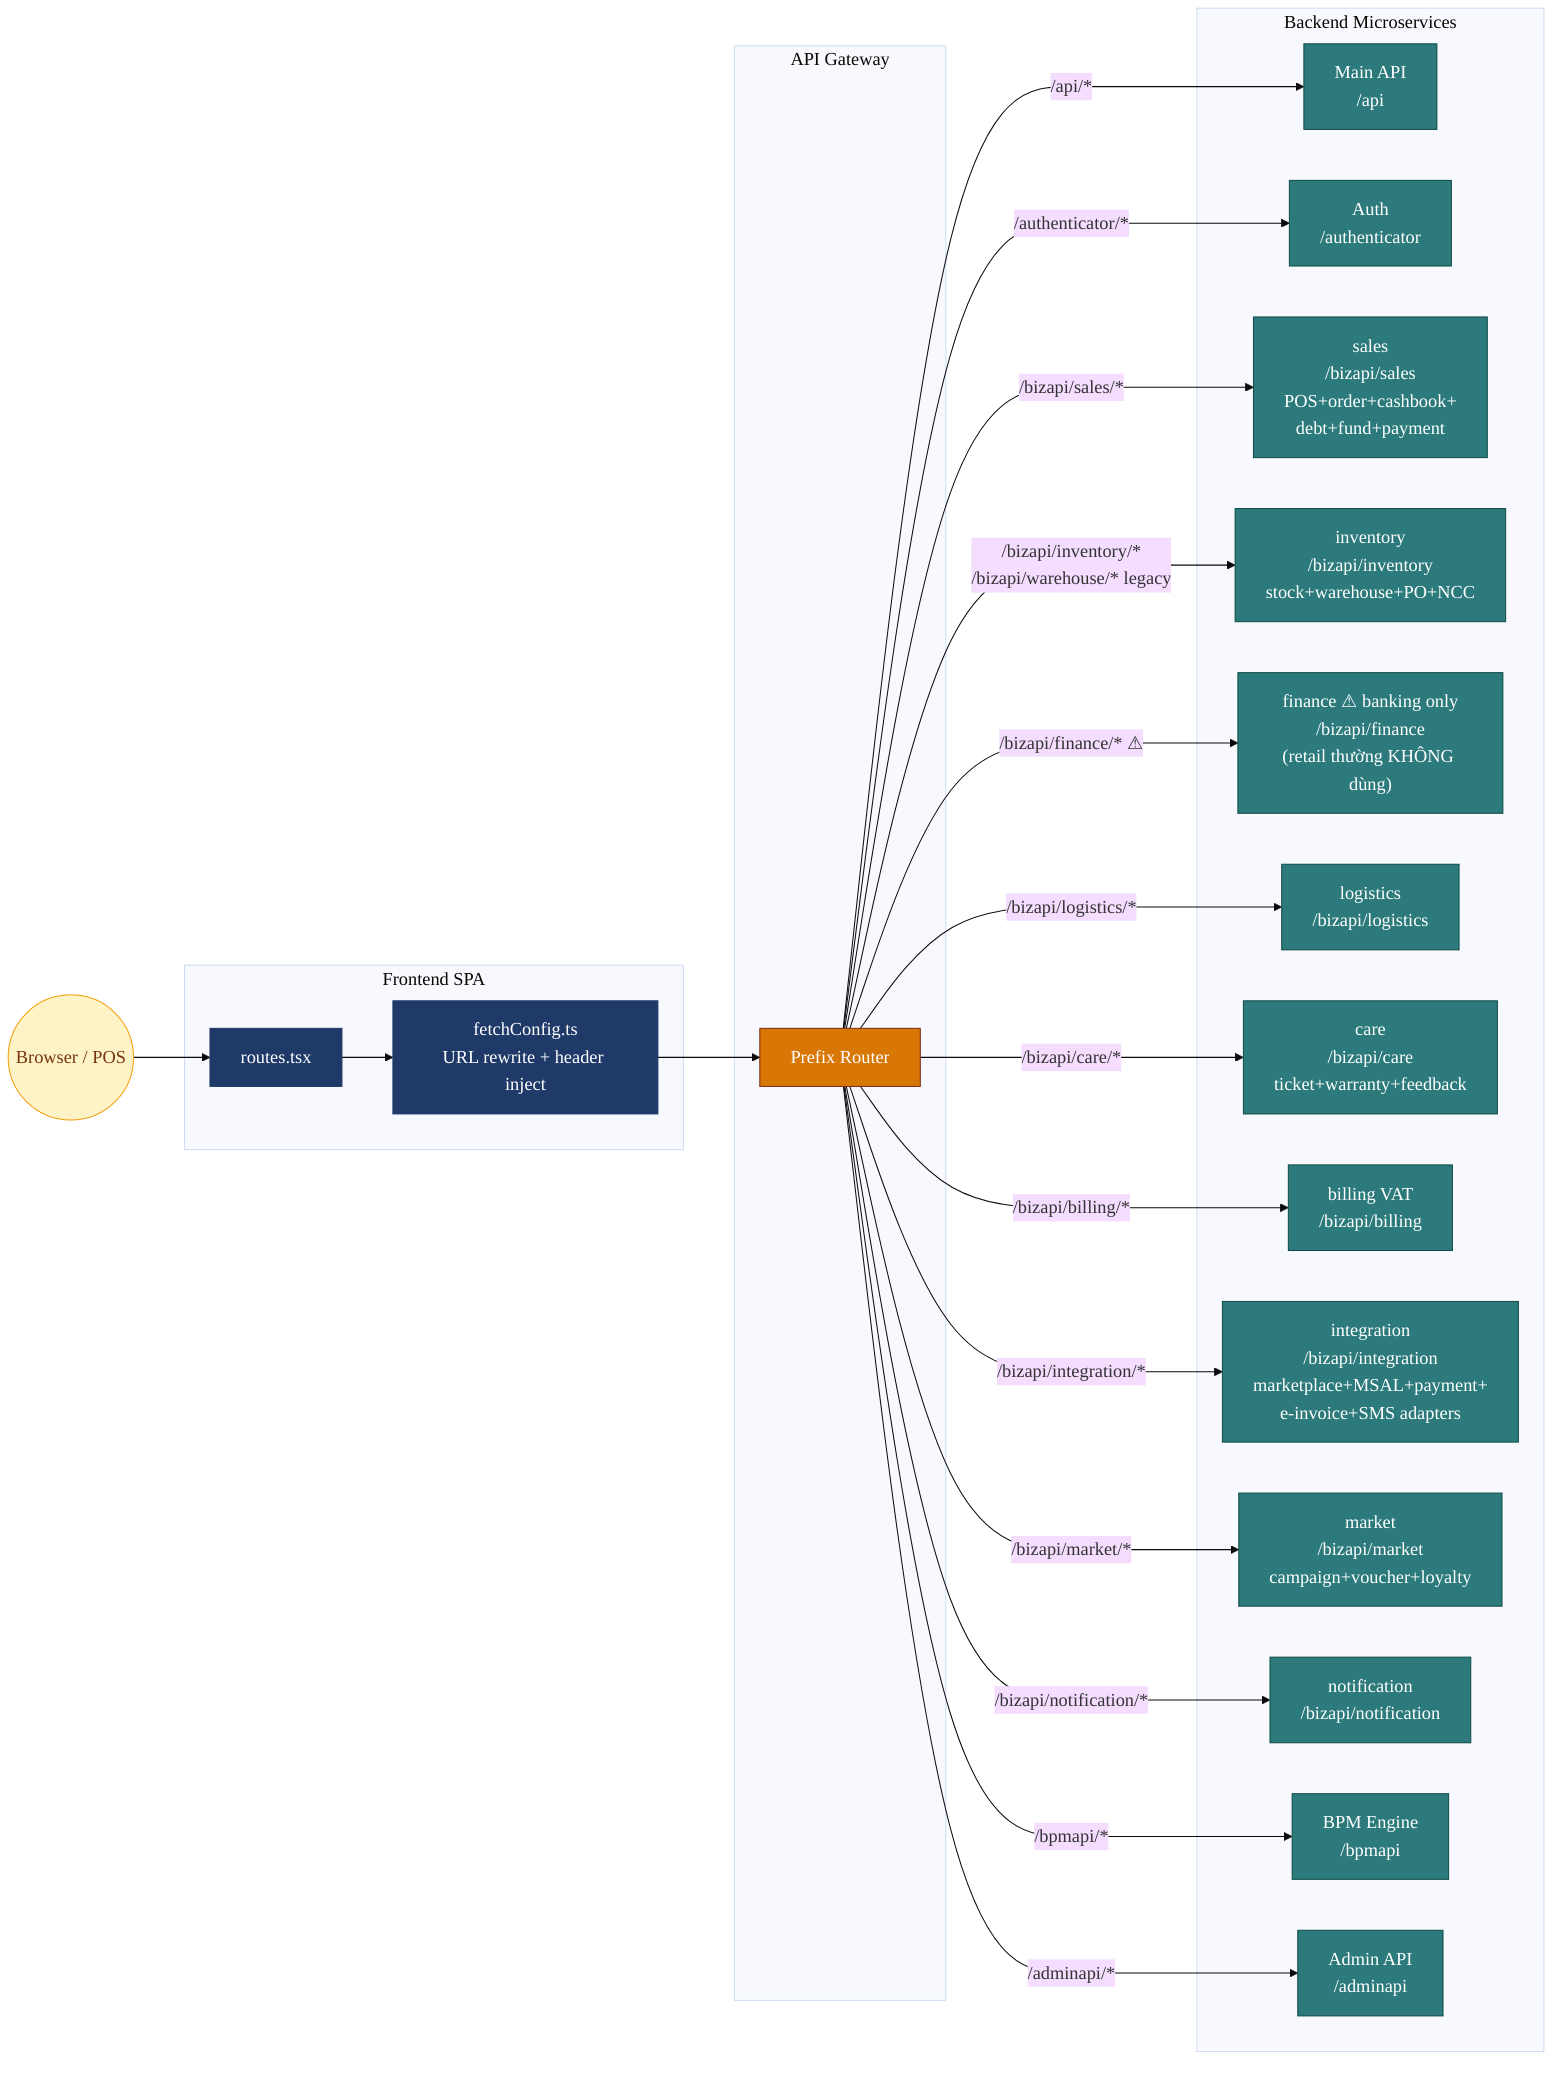
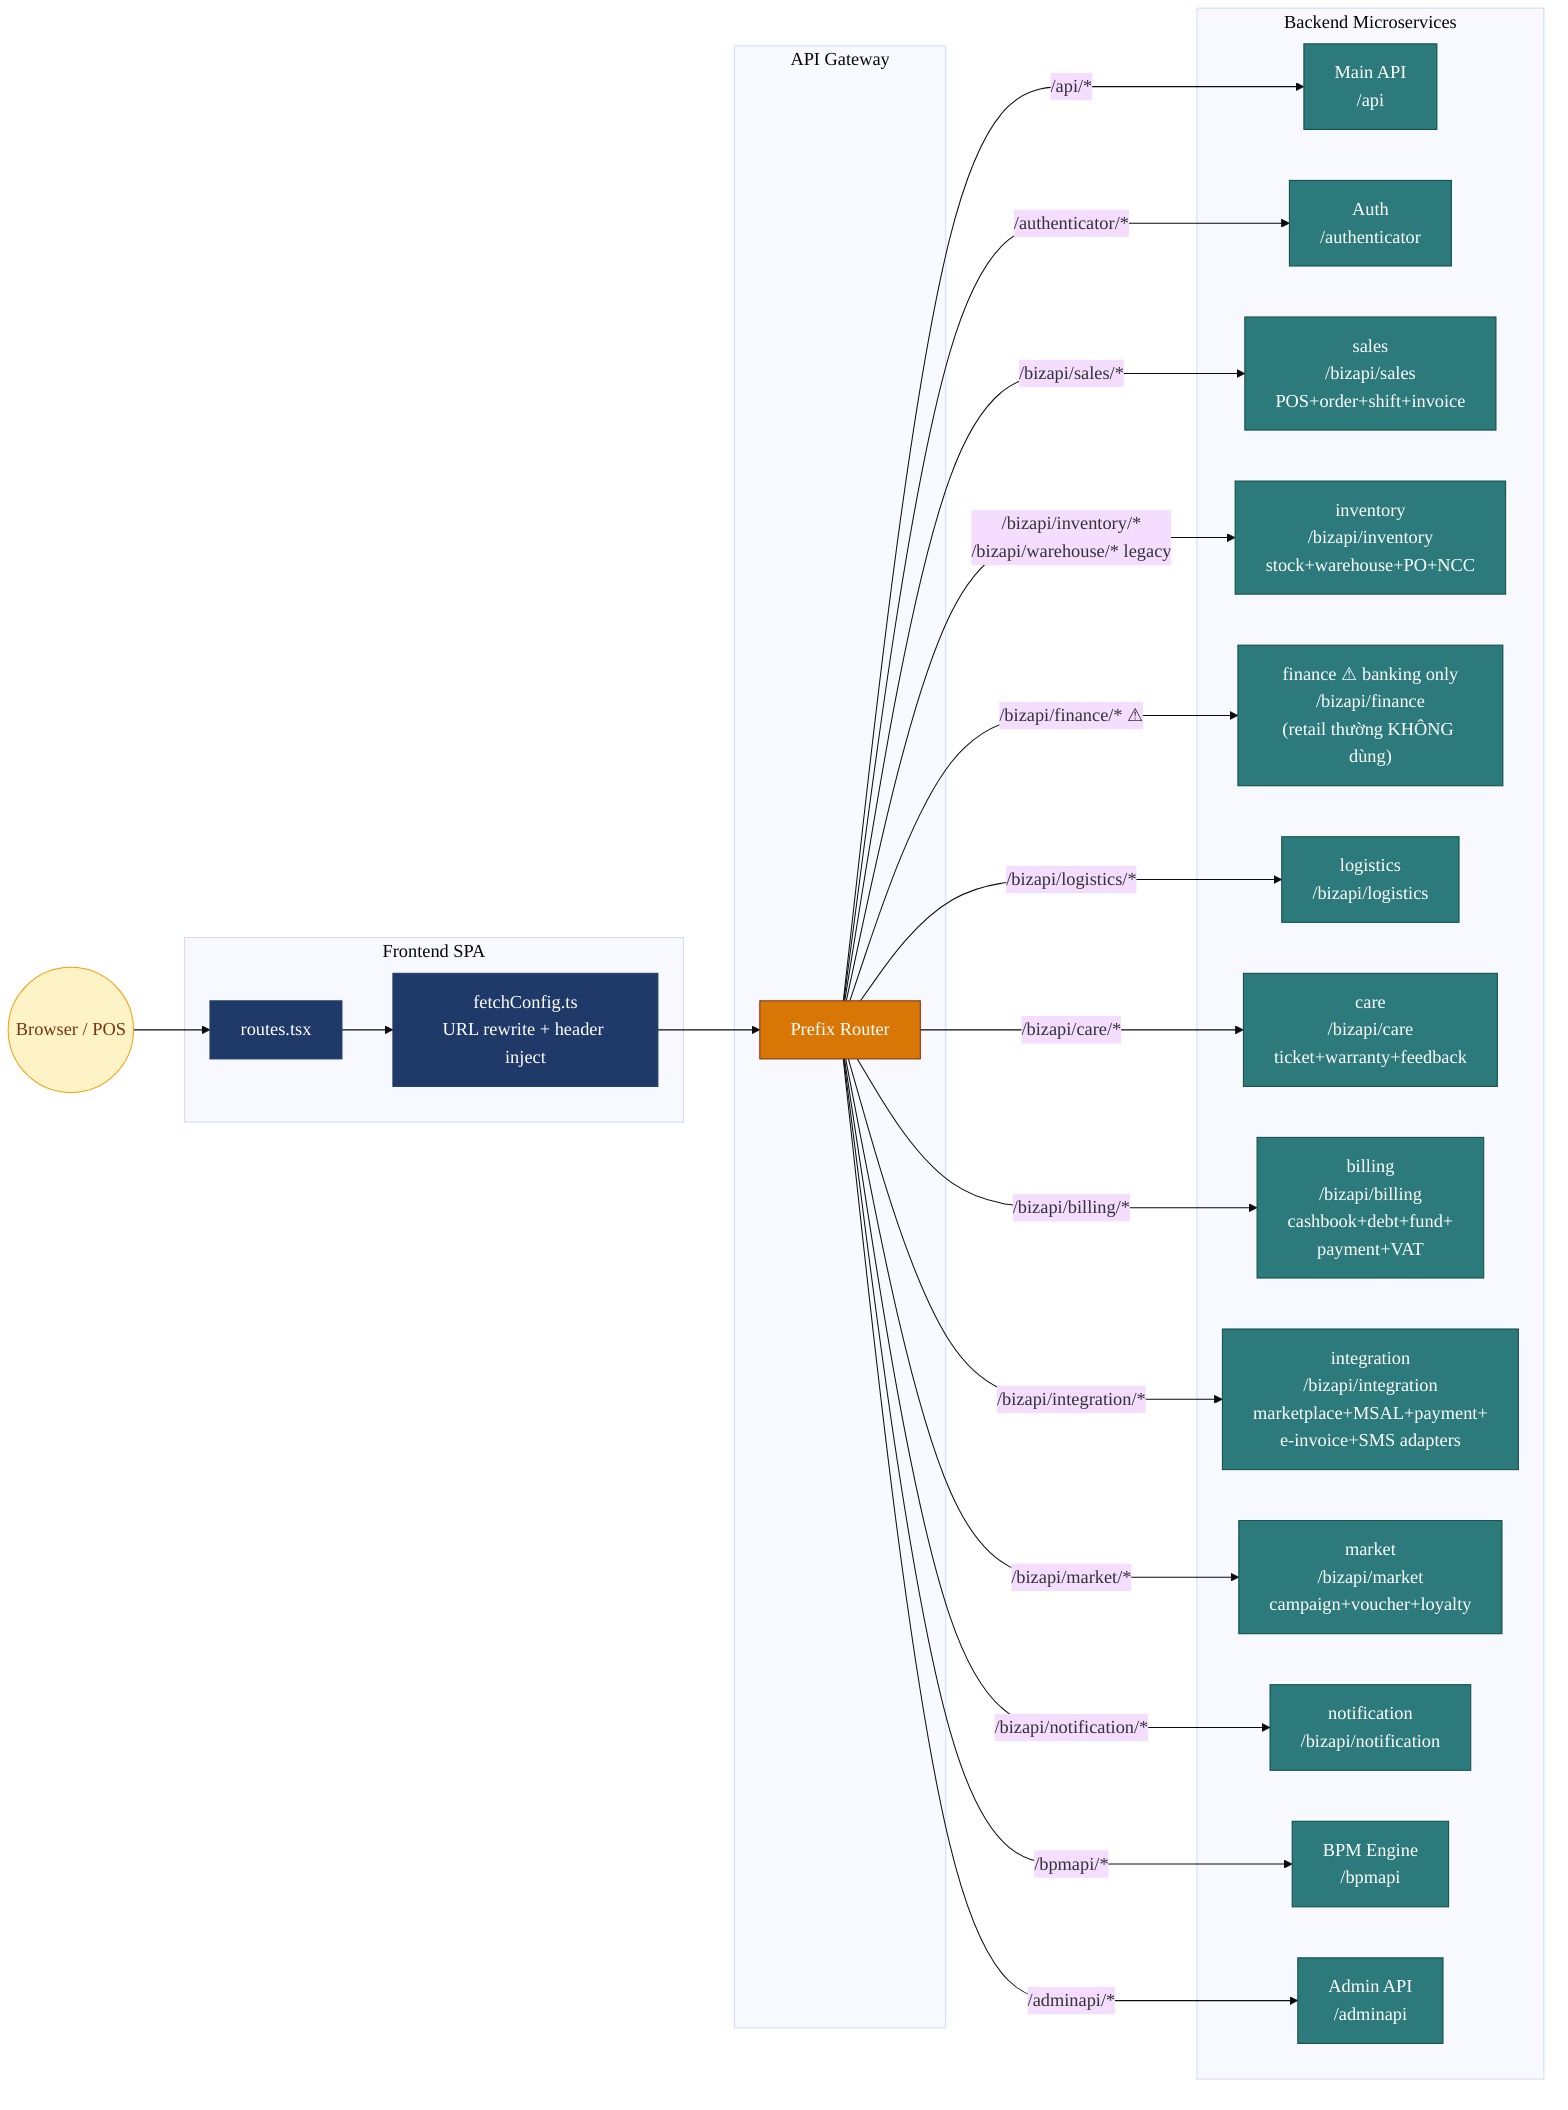
%%{init: {'theme':'base','themeVariables':{'fontFamily':'Calibri','fontSize':'18px'}}}%%
flowchart LR
    BR((Browser / POS))
    subgraph FE["Frontend SPA"]
      ROUTES["routes.tsx"]
      INTERCEPT["fetchConfig.ts<br/>URL rewrite + header inject"]
    end
    subgraph GW_LAYER["API Gateway"]
      GW["Prefix Router"]
    end
    subgraph BE["Backend Microservices"]
      MAIN["Main API<br/>/api"]
      AUTH["Auth<br/>/authenticator"]
-       SALES["sales<br/>/bizapi/sales<br/>POS+order+cashbook+<br/>debt+fund+payment"]
+       SALES["sales<br/>/bizapi/sales<br/>POS+order+shift+invoice"]
      INV["inventory<br/>/bizapi/inventory<br/>stock+warehouse+PO+NCC"]
      FIN["finance ⚠ banking only<br/>/bizapi/finance<br/>(retail thường KHÔNG dùng)"]
      LOG["logistics<br/>/bizapi/logistics"]
      CARE["care<br/>/bizapi/care<br/>ticket+warranty+feedback"]
-       BILL["billing VAT<br/>/bizapi/billing"]
+       BILL["billing<br/>/bizapi/billing<br/>cashbook+debt+fund+<br/>payment+VAT"]
      INTEG["integration<br/>/bizapi/integration<br/>marketplace+MSAL+payment+<br/>e-invoice+SMS adapters"]
      MKT["market<br/>/bizapi/market<br/>campaign+voucher+loyalty"]
      NOTIF["notification<br/>/bizapi/notification"]
      BPM["BPM Engine<br/>/bpmapi"]
      ADMIN["Admin API<br/>/adminapi"]
    end

    BR --> ROUTES
    ROUTES --> INTERCEPT
    INTERCEPT --> GW
    GW -->|/api/*| MAIN
    GW -->|/adminapi/*| ADMIN
    GW -->|/authenticator/*| AUTH
    GW -->|/bizapi/sales/*| SALES
    GW -->|/bizapi/inventory/*<br/>/bizapi/warehouse/* legacy| INV
    GW -->|/bizapi/finance/* ⚠| FIN
    GW -->|/bizapi/logistics/*| LOG
    GW -->|/bizapi/care/*| CARE
    GW -->|/bizapi/billing/*| BILL
    GW -->|/bizapi/integration/*| INTEG
    GW -->|/bizapi/market/*| MKT
    GW -->|/bizapi/notification/*| NOTIF
    GW -->|/bpmapi/*| BPM

    classDef fe fill:#1F3A68,stroke:#1F3A68,color:#fff
    classDef gw fill:#D97706,stroke:#7C2D12,color:#fff
    classDef be fill:#2C7A7B,stroke:#0F4C44,color:#fff
    classDef ext fill:#FEF3C7,stroke:#F59E0B,color:#78350F

    class ROUTES,INTERCEPT fe
    class GW gw
    class MAIN,ADMIN,AUTH,SALES,INV,FIN,LOG,CARE,BILL,INTEG,MKT,NOTIF,BPM be
    class BR ext
